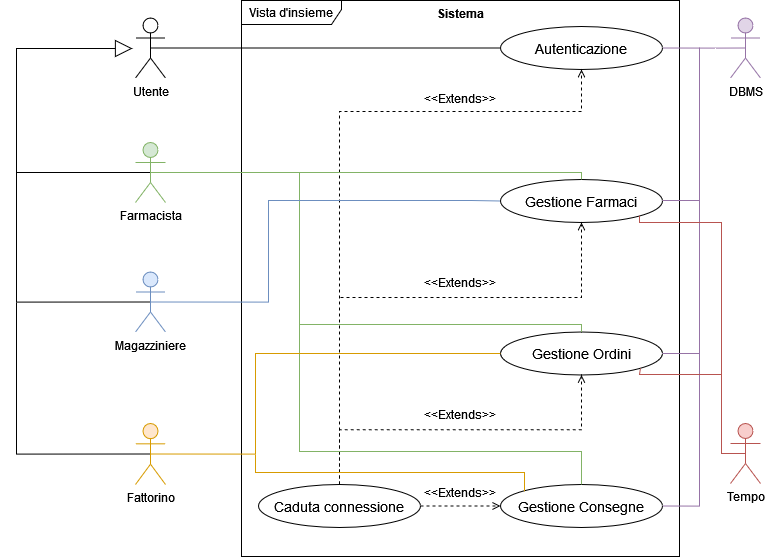
This is Documentazione aggiornata/Vista d'insieme sistema.png from innovazionebot/Pharmalink, a draw.io export, as it was before one commit. Source tidied: cells renumbered, new cells last; positions are measured from the earlier drawing's top-left corner, leaving out a move shared by most shapes.
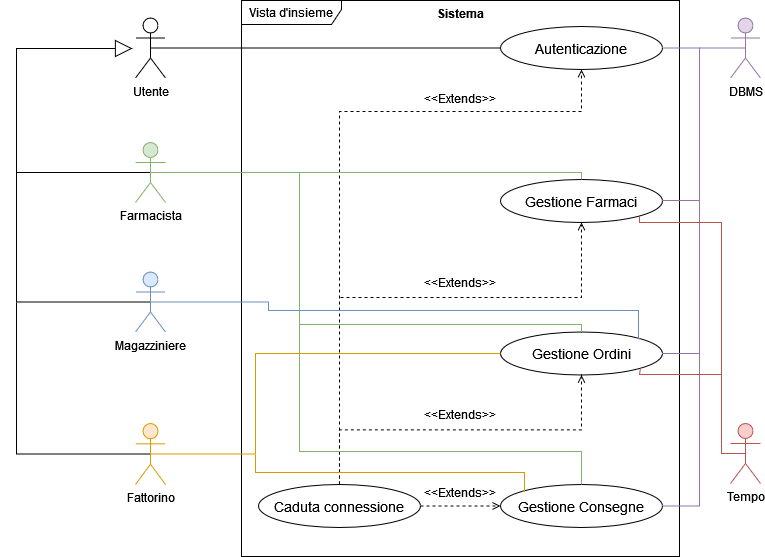
Later version of the same file.

Diff of the diagram source:
```diff
@@ -118,12 +118,12 @@
         </Array>
       </mxGeometry>
     </mxCell>
-    <mxCell id="28" style="endArrow=none;html=1;rounded=0;endSize=15;strokeColor=#6c8ebf;strokeWidth=1;edgeStyle=orthogonalEdgeStyle;exitX=0.5;exitY=0.5;exitDx=0;exitDy=0;exitPerimeter=0;entryX=0;entryY=0.5;entryDx=0;entryDy=0;fillColor=#dae8fc;" parent="1" edge="1" source="16" target="5">
+    <mxCell id="28" style="endArrow=none;html=1;rounded=0;endSize=15;strokeColor=#6c8ebf;strokeWidth=1;edgeStyle=orthogonalEdgeStyle;exitX=0.5;exitY=0.5;exitDx=0;exitDy=0;exitPerimeter=0;entryX=1;entryY=0;entryDx=0;entryDy=0;fillColor=#dae8fc;" parent="1" edge="1" source="16" target="6">
       <mxGeometry relative="1" as="geometry">
         <Array as="points">
           <mxPoint x="252" y="302" />
-          <mxPoint x="252" y="200" />
-          <mxPoint x="455" y="200" />
+          <mxPoint x="252" y="310" />
+          <mxPoint x="622" y="310" />
         </Array>
       </mxGeometry>
     </mxCell>
```
